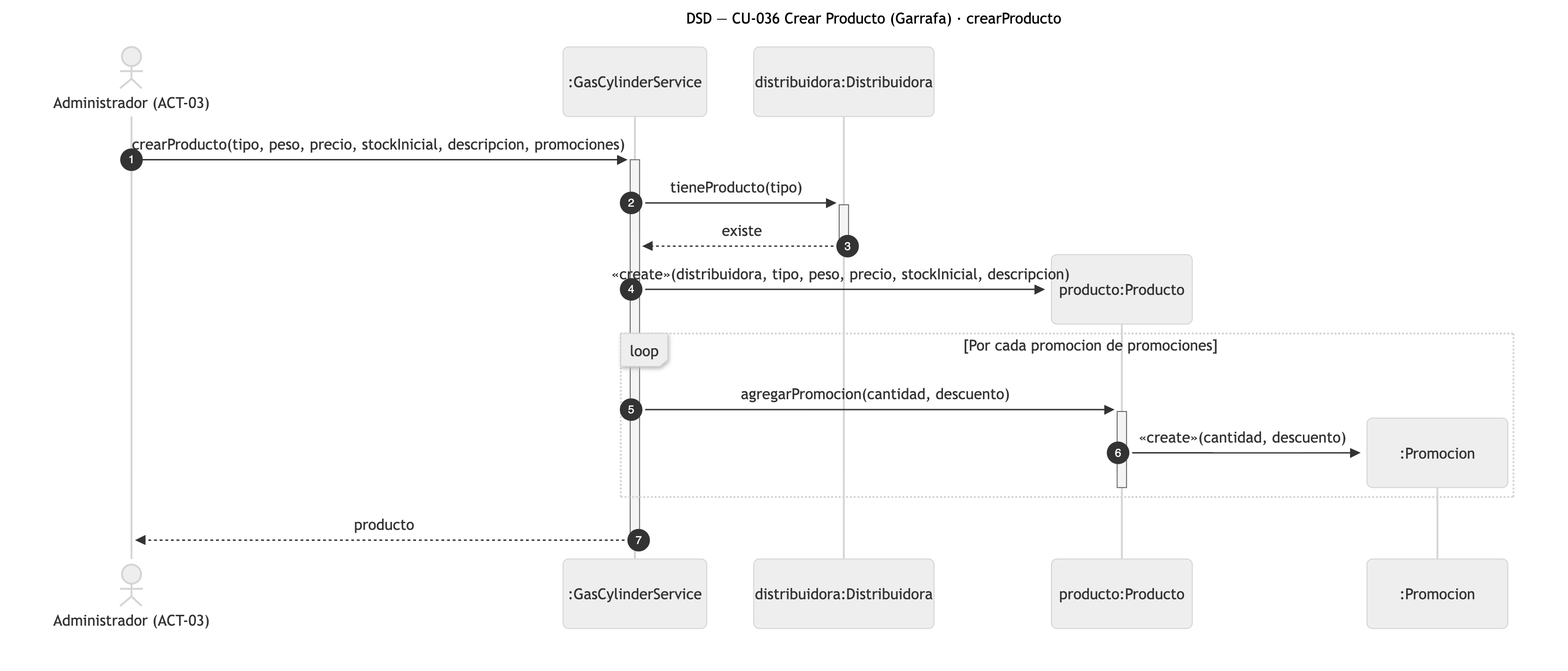
Nahuelito-Dev/splg-docs keeps this Mermaid diagram as diagramas/png/DSD_CU-036_crearProducto.png. Above is the earlier version. Its source is kept beside it as diagramas/DSD_CU-036_crearProducto.mmd. Source of this version:
```mermaid
sequenceDiagram
    title DSD — CU-036 Crear Producto (Garrafa) · crearProducto
    autonumber
    actor ADM as Administrador (ACT-03)
    participant SRV as :GasCylinderService
    participant DIS as distribuidora:Distribuidora

    ADM->>+SRV: crearProducto(tipo, peso, precio, stockInicial, descripcion, promociones)
    SRV->>+DIS: tieneProducto(tipo)
    DIS-->>-SRV: existe
    create participant PRO as producto:Producto
    SRV->>PRO: «create»(distribuidora, tipo, peso, precio, stockInicial, descripcion)
    loop Por cada promocion de promociones
        SRV->>+PRO: agregarPromocion(cantidad, descuento)
        create participant PRM as :Promocion
        PRO->>PRM: «create»(cantidad, descuento)
        deactivate PRO
    end
    SRV-->>-ADM: producto
```
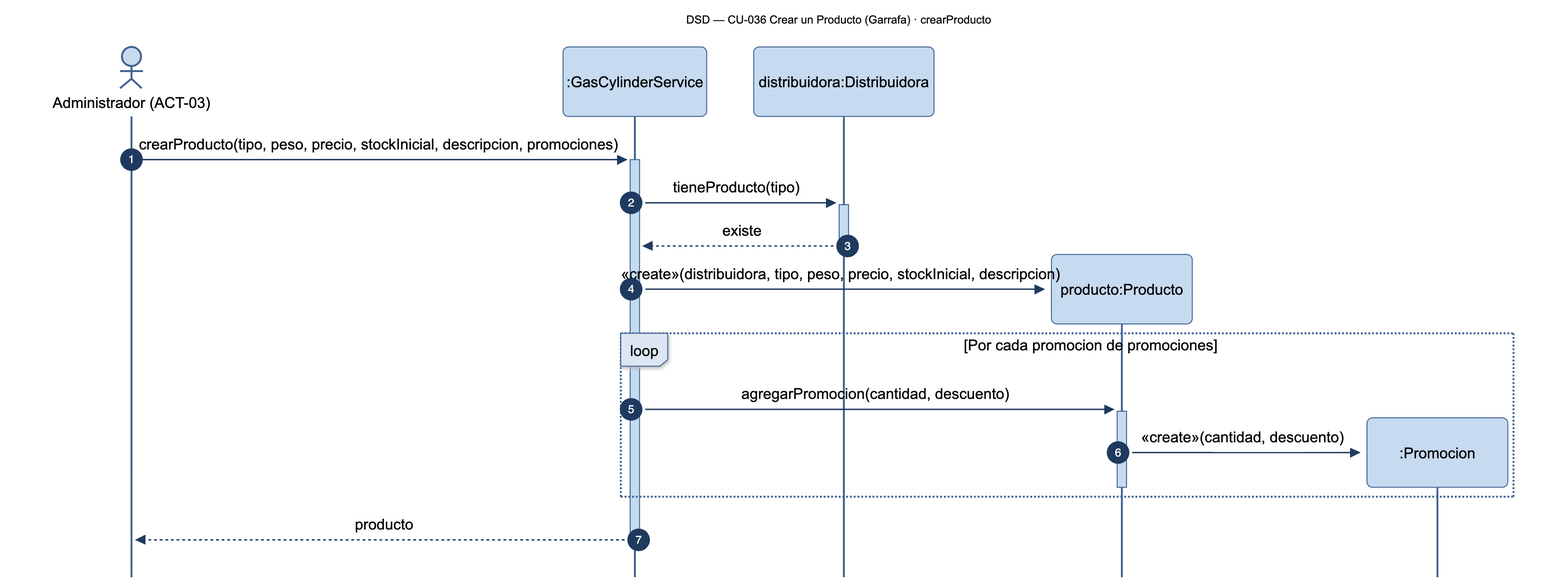
Above is the later version.

Diff of the diagram source:
```diff
@@ -1,5 +1,5 @@
 sequenceDiagram
-    title DSD — CU-036 Crear Producto (Garrafa) · crearProducto
+    title DSD — CU-036 Crear un Producto (Garrafa) · crearProducto
     autonumber
     actor ADM as Administrador (ACT-03)
     participant SRV as :GasCylinderService
```
